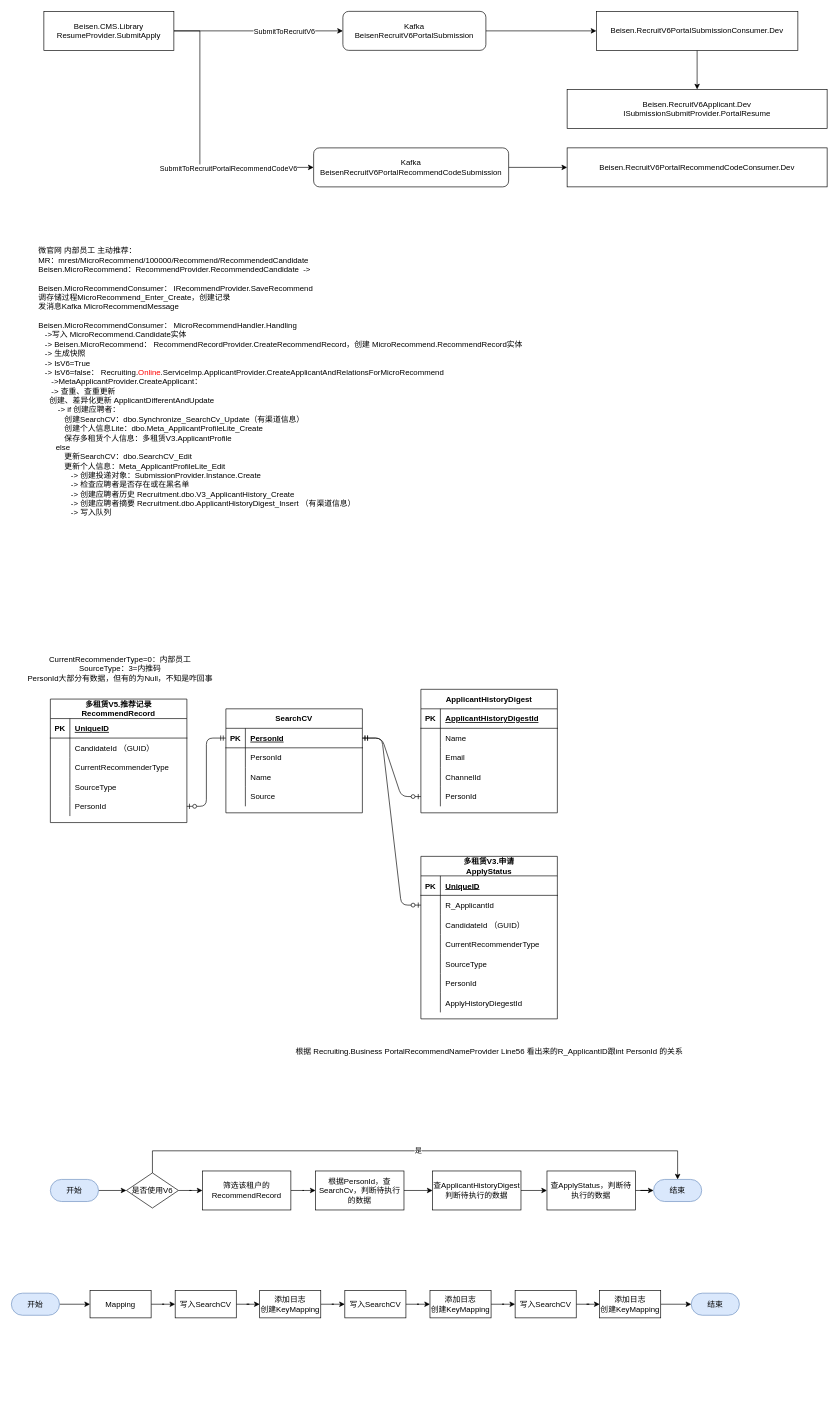
Before: 内推工具-网申入库.drawio in Lucas20029/MyDiagrams, a draw.io diagram. Source tidied: cells renumbered, new cells numbered last; positions are measured from the earlier drawing's top-left corner, leaving out a move shared by most shapes. Both pictures are drawn from the tidied source at 65%, with x=0, y=0 at pixel (11, 11).
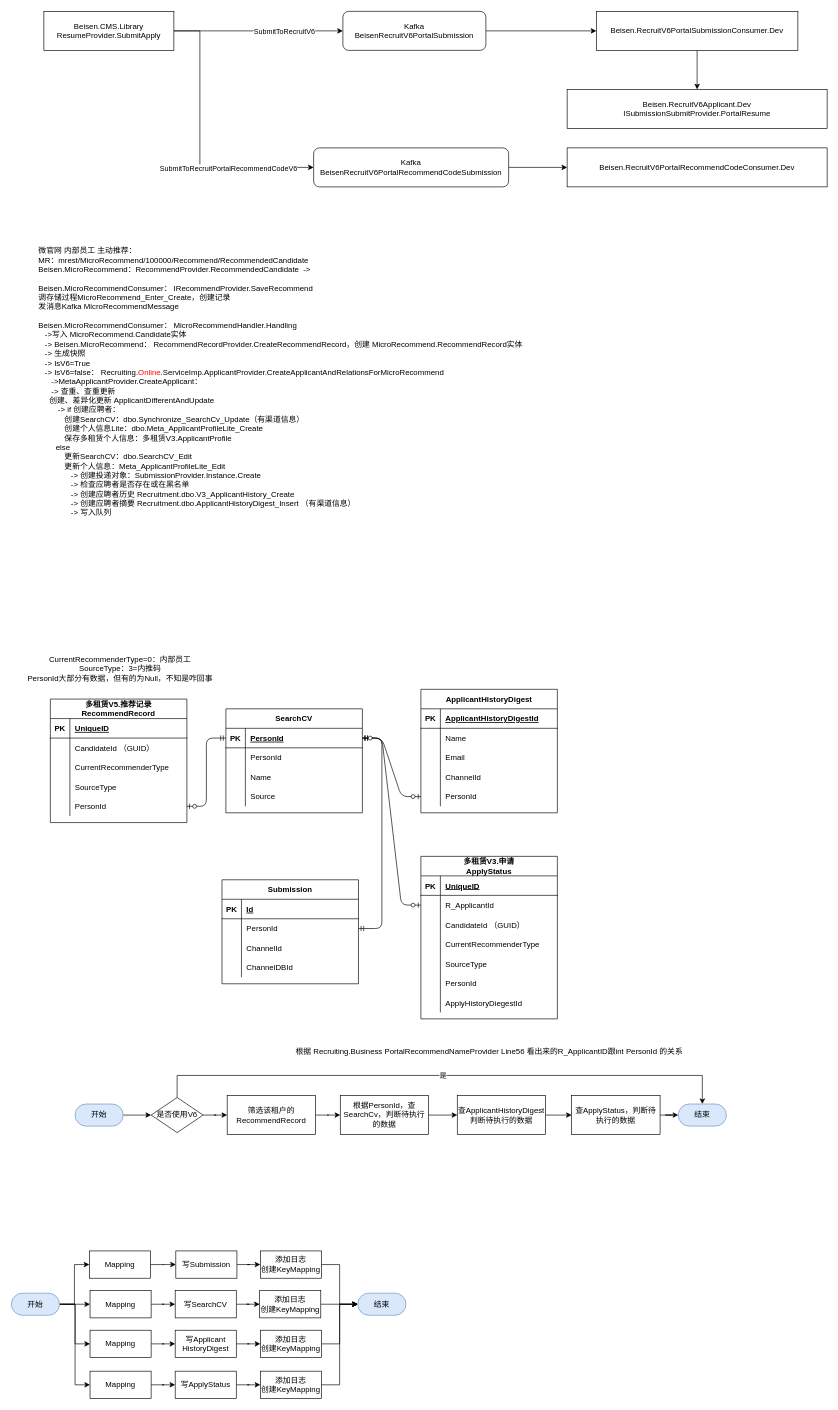
After the change.

Commit message:
Update 内推工具-网申入库.drawio

Unchanged cells that the change refers to:
```xml
<mxCell id="34" style="shape=partialRectangle;fillColor=none;top=0;left=0;bottom=1;right=0;points=[[0,0.5],[1,0.5]];portConstraint=eastwest;" parent="33" vertex="1">
  <mxGeometry y="30" width="210" height="30" as="geometry" />
</mxCell>
<mxCell id="107" value="添加日志&lt;br&gt;创建KeyMapping" style="rounded=0;whiteSpace=wrap;html=1;" parent="1" vertex="1">
  <mxGeometry x="382" y="1968" width="94" height="42" as="geometry" />
</mxCell>
<mxCell id="117" value="开始" style="rounded=1;whiteSpace=wrap;html=1;arcSize=50;fillColor=#dae8fc;strokeColor=#6c8ebf;" parent="1" vertex="1">
  <mxGeometry y="1972" width="74" height="34" as="geometry" />
</mxCell>
```

Change to the diagram source:
```diff
@@
     <mxCell id="89" value="筛选该租户的RecommendRecord" style="rounded=0;whiteSpace=wrap;html=1;" parent="1" vertex="1">
-      <mxGeometry x="294" y="1784" width="136" height="60" as="geometry" />
+      <mxGeometry x="332" y="1668" width="136" height="60" as="geometry" />
     </mxCell>
@@
     <mxCell id="91" value="根据PersonId，查SearchCv，判断待执行的数据" style="rounded=0;whiteSpace=wrap;html=1;" parent="1" vertex="1">
-      <mxGeometry x="468" y="1784" width="136" height="60" as="geometry" />
+      <mxGeometry x="506" y="1668" width="136" height="60" as="geometry" />
     </mxCell>
@@
     <mxCell id="93" value="查ApplicantHistoryDigest&lt;br&gt;判断待执行的数据" style="rounded=0;whiteSpace=wrap;html=1;" parent="1" vertex="1">
-      <mxGeometry x="648" y="1784" width="136" height="60" as="geometry" />
+      <mxGeometry x="686" y="1668" width="136" height="60" as="geometry" />
     </mxCell>
@@
     <mxCell id="95" value="查ApplyStatus，判断待执行的数据" style="rounded=0;whiteSpace=wrap;html=1;" parent="1" vertex="1">
-      <mxGeometry x="824" y="1784" width="136" height="60" as="geometry" />
+      <mxGeometry x="862" y="1668" width="136" height="60" as="geometry" />
     </mxCell>
@@
     <mxCell id="97" value="是" style="edgeStyle=orthogonalEdgeStyle;rounded=0;jettySize=auto;html=1;exitX=0.5;exitY=0;exitDx=0;exitDy=0;entryX=0.5;entryY=0;entryDx=0;entryDy=0;" parent="1" edge="1" source="98" target="101">
       <mxGeometry relative="1" as="geometry">
         <Array as="points">
-          <mxPoint x="217" y="1753" />
-          <mxPoint x="1025" y="1753" />
+          <mxPoint x="255" y="1637" />
+          <mxPoint x="1063" y="1637" />
         </Array>
       </mxGeometry>
     </mxCell>
     <mxCell id="98" value="是否使用V6" style="rhombus;whiteSpace=wrap;html=1;" parent="1" vertex="1">
-      <mxGeometry x="177" y="1787" width="80" height="54" as="geometry" />
+      <mxGeometry x="215" y="1671" width="80" height="54" as="geometry" />
     </mxCell>
@@
     <mxCell id="100" value="开始" style="rounded=1;whiteSpace=wrap;html=1;arcSize=50;fillColor=#dae8fc;strokeColor=#6c8ebf;" parent="1" vertex="1">
-      <mxGeometry x="60" y="1797" width="74" height="34" as="geometry" />
+      <mxGeometry x="98" y="1681" width="74" height="34" as="geometry" />
     </mxCell>
     <mxCell id="101" value="结束" style="rounded=1;whiteSpace=wrap;html=1;arcSize=50;fillColor=#dae8fc;strokeColor=#6c8ebf;" parent="1" vertex="1">
-      <mxGeometry x="988" y="1797" width="74" height="34" as="geometry" />
+      <mxGeometry x="1026" y="1681" width="74" height="34" as="geometry" />
     </mxCell>
@@
-    <mxCell id="105" value="写入SearchCV" style="rounded=0;whiteSpace=wrap;html=1;" parent="1" vertex="1">
+    <mxCell id="105" value="写SearchCV" style="rounded=0;whiteSpace=wrap;html=1;" parent="1" vertex="1">
       <mxGeometry x="252" y="1968" width="94" height="42" as="geometry" />
     </mxCell>
-    <mxCell id="106" style="edgeStyle=orthogonalEdgeStyle;rounded=0;jettySize=auto;html=1;" parent="1" edge="1" source="107" target="109">
-      <mxGeometry relative="1" as="geometry" />
-    </mxCell>
+    <mxCell id="119" style="edgeStyle=orthogonalEdgeStyle;rounded=0;jettySize=auto;html=1;exitX=1;exitY=0.5;exitDx=0;exitDy=0;" parent="1" edge="1" source="107" target="118">
+      <mxGeometry relative="1" as="geometry" />
+    </mxCell>
@@
-    <mxCell id="109" value="写入SearchCV" style="rounded=0;whiteSpace=wrap;html=1;" parent="1" vertex="1">
-      <mxGeometry x="513" y="1968" width="94" height="42" as="geometry" />
+    <mxCell id="109" value="写Applicant&lt;br&gt;HistoryDigest" style="rounded=0;whiteSpace=wrap;html=1;" parent="1" vertex="1">
+      <mxGeometry x="252" y="2029" width="94" height="42" as="geometry" />
     </mxCell>
-    <mxCell id="110" style="edgeStyle=orthogonalEdgeStyle;rounded=0;jettySize=auto;html=1;" parent="1" edge="1" source="111" target="113">
-      <mxGeometry relative="1" as="geometry" />
-    </mxCell>
+    <mxCell id="120" style="edgeStyle=orthogonalEdgeStyle;rounded=0;jettySize=auto;html=1;exitX=1;exitY=0.5;exitDx=0;exitDy=0;entryX=0;entryY=0.5;entryDx=0;entryDy=0;" parent="1" edge="1" source="111" target="118">
+      <mxGeometry relative="1" as="geometry" />
+    </mxCell>
     <mxCell id="111" value="添加日志&lt;br&gt;创建KeyMapping" style="rounded=0;whiteSpace=wrap;html=1;" parent="1" vertex="1">
-      <mxGeometry x="644" y="1968" width="94" height="42" as="geometry" />
+      <mxGeometry x="383" y="2029" width="94" height="42" as="geometry" />
     </mxCell>
@@
-    <mxCell id="113" value="写入SearchCV" style="rounded=0;whiteSpace=wrap;html=1;" parent="1" vertex="1">
-      <mxGeometry x="775" y="1968" width="94" height="42" as="geometry" />
+    <mxCell id="113" value="写Submission" style="rounded=0;whiteSpace=wrap;html=1;" parent="1" vertex="1">
+      <mxGeometry x="253" y="1907" width="94" height="42" as="geometry" />
     </mxCell>
-    <mxCell id="114" style="edgeStyle=orthogonalEdgeStyle;rounded=0;jettySize=auto;html=1;" parent="1" edge="1" source="115" target="118">
+    <mxCell id="114" style="edgeStyle=orthogonalEdgeStyle;rounded=0;jettySize=auto;html=1;exitX=1;exitY=0.5;exitDx=0;exitDy=0;entryX=0;entryY=0.5;entryDx=0;entryDy=0;" parent="1" edge="1" source="115" target="118">
       <mxGeometry relative="1" as="geometry" />
     </mxCell>
     <mxCell id="115" value="添加日志&lt;br&gt;创建KeyMapping" style="rounded=0;whiteSpace=wrap;html=1;" parent="1" vertex="1">
-      <mxGeometry x="905" y="1968" width="94" height="42" as="geometry" />
+      <mxGeometry x="383" y="1907" width="94" height="42" as="geometry" />
     </mxCell>
@@
+    <mxCell id="121" style="edgeStyle=orthogonalEdgeStyle;rounded=0;jettySize=auto;html=1;exitX=1;exitY=0.5;exitDx=0;exitDy=0;entryX=0;entryY=0.5;entryDx=0;entryDy=0;" parent="1" edge="1" source="117" target="129">
+      <mxGeometry relative="1" as="geometry" />
+    </mxCell>
+    <mxCell id="122" style="edgeStyle=orthogonalEdgeStyle;rounded=0;jettySize=auto;html=1;exitX=1;exitY=0.5;exitDx=0;exitDy=0;entryX=0;entryY=0.5;entryDx=0;entryDy=0;" parent="1" edge="1" source="117" target="131">
+      <mxGeometry relative="1" as="geometry">
+        <Array as="points">
+          <mxPoint x="98" y="1989" />
+          <mxPoint x="98" y="2050" />
+        </Array>
+      </mxGeometry>
+    </mxCell>
+    <mxCell id="123" style="edgeStyle=orthogonalEdgeStyle;rounded=0;jettySize=auto;html=1;exitX=1;exitY=0.5;exitDx=0;exitDy=0;entryX=0;entryY=0.5;entryDx=0;entryDy=0;" parent="1" edge="1" source="117" target="133">
+      <mxGeometry relative="1" as="geometry">
+        <Array as="points">
+          <mxPoint x="98" y="1989" />
+          <mxPoint x="98" y="2113" />
+        </Array>
+      </mxGeometry>
+    </mxCell>
@@
     <mxCell id="118" value="结束" style="rounded=1;whiteSpace=wrap;html=1;arcSize=50;fillColor=#dae8fc;strokeColor=#6c8ebf;" parent="1" vertex="1">
-      <mxGeometry x="1046" y="1972" width="74" height="34" as="geometry" />
+      <mxGeometry x="533" y="1972" width="74" height="34" as="geometry" />
     </mxCell>
+    <mxCell id="124" style="edgeStyle=orthogonalEdgeStyle;rounded=0;jettySize=auto;html=1;" parent="1" edge="1" source="125" target="127">
+      <mxGeometry relative="1" as="geometry" />
+    </mxCell>
+    <mxCell id="125" value="写ApplyStatus" style="rounded=0;whiteSpace=wrap;html=1;" parent="1" vertex="1">
+      <mxGeometry x="252" y="2092" width="94" height="42" as="geometry" />
+    </mxCell>
+    <mxCell id="126" style="edgeStyle=orthogonalEdgeStyle;rounded=0;jettySize=auto;html=1;exitX=1;exitY=0.5;exitDx=0;exitDy=0;entryX=0;entryY=0.5;entryDx=0;entryDy=0;" parent="1" edge="1" source="127" target="118">
+      <mxGeometry relative="1" as="geometry" />
+    </mxCell>
+    <mxCell id="127" value="添加日志&lt;br&gt;创建KeyMapping" style="rounded=0;whiteSpace=wrap;html=1;" parent="1" vertex="1">
+      <mxGeometry x="383" y="2092" width="94" height="42" as="geometry" />
+    </mxCell>
+    <mxCell id="128" style="edgeStyle=orthogonalEdgeStyle;rounded=0;jettySize=auto;html=1;" parent="1" edge="1" source="129" target="113">
+      <mxGeometry relative="1" as="geometry" />
+    </mxCell>
+    <mxCell id="129" value="Mapping" style="rounded=0;whiteSpace=wrap;html=1;" parent="1" vertex="1">
+      <mxGeometry x="120" y="1907" width="94" height="42" as="geometry" />
+    </mxCell>
+    <mxCell id="130" style="edgeStyle=orthogonalEdgeStyle;rounded=0;jettySize=auto;html=1;" parent="1" edge="1" source="131" target="109">
+      <mxGeometry relative="1" as="geometry" />
+    </mxCell>
+    <mxCell id="131" value="Mapping" style="rounded=0;whiteSpace=wrap;html=1;" parent="1" vertex="1">
+      <mxGeometry x="121" y="2029" width="94" height="42" as="geometry" />
+    </mxCell>
+    <mxCell id="132" style="edgeStyle=orthogonalEdgeStyle;rounded=0;jettySize=auto;html=1;" parent="1" edge="1" source="133" target="125">
+      <mxGeometry relative="1" as="geometry" />
+    </mxCell>
+    <mxCell id="133" value="Mapping" style="rounded=0;whiteSpace=wrap;html=1;" parent="1" vertex="1">
+      <mxGeometry x="121" y="2092" width="94" height="42" as="geometry" />
+    </mxCell>
+    <mxCell id="134" value="Submission" style="shape=table;startSize=30;childLayout=tableLayout;rowLines=0;fontStyle=1;align=center;" parent="1" vertex="1">
+      <mxGeometry x="324" y="1336" width="210" height="160" as="geometry" />
+    </mxCell>
+    <mxCell id="135" style="shape=partialRectangle;fillColor=none;top=0;left=0;bottom=1;right=0;" parent="134" vertex="1">
+      <mxGeometry y="30" width="210" height="30" as="geometry" />
+    </mxCell>
+    <mxCell id="136" value="PK" style="shape=partialRectangle;fillColor=none;top=0;left=0;bottom=0;right=0;fontStyle=1;overflow=hidden;" parent="135" vertex="1">
+      <mxGeometry width="30" height="30" as="geometry" />
+    </mxCell>
+    <mxCell id="137" value="Id" style="shape=partialRectangle;fillColor=none;top=0;left=0;bottom=0;right=0;align=left;spacingLeft=6;fontStyle=5;overflow=hidden;" parent="135" vertex="1">
+      <mxGeometry x="30" width="180" height="30" as="geometry" />
+    </mxCell>
+    <mxCell id="138" style="shape=partialRectangle;fillColor=none;top=0;left=0;bottom=0;right=0;points=[[0,0.5],[1,0.5]];portConstraint=eastwest;" parent="134" vertex="1">
+      <mxGeometry y="60" width="210" height="30" as="geometry" />
+    </mxCell>
+    <mxCell id="139" style="shape=partialRectangle;fillColor=none;top=0;left=0;bottom=0;right=0;overflow=hidden;" parent="138" vertex="1">
+      <mxGeometry width="30" height="30" as="geometry" />
+    </mxCell>
+    <mxCell id="140" value="PersonId" style="shape=partialRectangle;fillColor=none;top=0;left=0;bottom=0;right=0;align=left;spacingLeft=6;overflow=hidden;" parent="138" vertex="1">
+      <mxGeometry x="30" width="180" height="30" as="geometry" />
+    </mxCell>
+    <mxCell id="141" style="shape=partialRectangle;fillColor=none;top=0;left=0;bottom=0;right=0;" parent="134" vertex="1">
+      <mxGeometry y="90" width="210" height="30" as="geometry" />
+    </mxCell>
+    <mxCell id="142" style="shape=partialRectangle;fillColor=none;top=0;left=0;bottom=0;right=0;overflow=hidden;" parent="141" vertex="1">
+      <mxGeometry width="30" height="30" as="geometry" />
+    </mxCell>
+    <mxCell id="143" value="ChannelId" style="shape=partialRectangle;fillColor=none;top=0;left=0;bottom=0;right=0;align=left;spacingLeft=6;overflow=hidden;" parent="141" vertex="1">
+      <mxGeometry x="30" width="180" height="30" as="geometry" />
+    </mxCell>
+    <mxCell id="144" style="shape=partialRectangle;fillColor=none;top=0;left=0;bottom=0;right=0;" parent="134" vertex="1">
+      <mxGeometry y="120" width="210" height="30" as="geometry" />
+    </mxCell>
+    <mxCell id="145" style="shape=partialRectangle;fillColor=none;top=0;left=0;bottom=0;right=0;overflow=hidden;" parent="144" vertex="1">
+      <mxGeometry width="30" height="30" as="geometry" />
+    </mxCell>
+    <mxCell id="146" value="ChannelDBId" style="shape=partialRectangle;fillColor=none;top=0;left=0;bottom=0;right=0;align=left;spacingLeft=6;overflow=hidden;" parent="144" vertex="1">
+      <mxGeometry x="30" width="180" height="30" as="geometry" />
+    </mxCell>
+    <mxCell id="147" style="edgeStyle=entityRelationEdgeStyle;fontSize=12;html=1;endArrow=ERzeroToOne;startArrow=ERmandOne;" parent="1" edge="1" source="138" target="34">
+      <mxGeometry relative="1" as="geometry" />
+    </mxCell>
```
